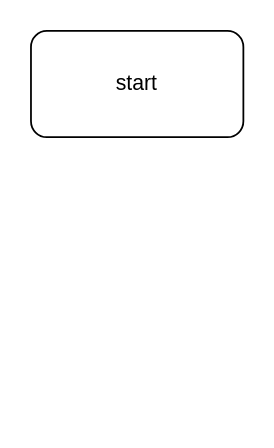
This is Untitled Diagram.drawio from cmalaga-code/kattis, a draw.io file, before an edit. Source tidied: cells renumbered, new cells numbered last; positions are measured from the earlier drawing's top-left corner, leaving out a move shared by most shapes. Both pictures are drawn from the tidied source at 177%, with x=0, y=0 at pixel (30, 30).
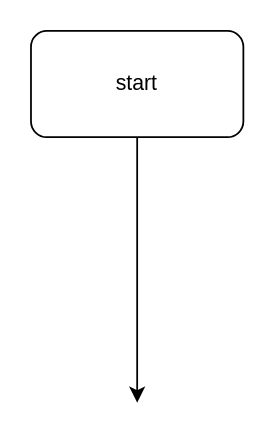
After the change.

Diff of the diagram source:
```diff
@@
 <mxGraphModel>
   <root>
     <mxCell id="0" />
     <mxCell id="1" parent="0" />
     <mxCell id="2" value="start" style="rounded=1;whiteSpace=wrap;html=1;" parent="1" vertex="1">
       <mxGeometry width="120" height="60" as="geometry" />
     </mxCell>
+    <mxCell id="3" style="endArrow=classic;html=1;rounded=0;" parent="1" edge="1" source="2">
+      <mxGeometry relative="1" as="geometry">
+        <mxPoint x="60" y="210" as="targetPoint" />
+      </mxGeometry>
+    </mxCell>
   </root>
 </mxGraphModel>
```
